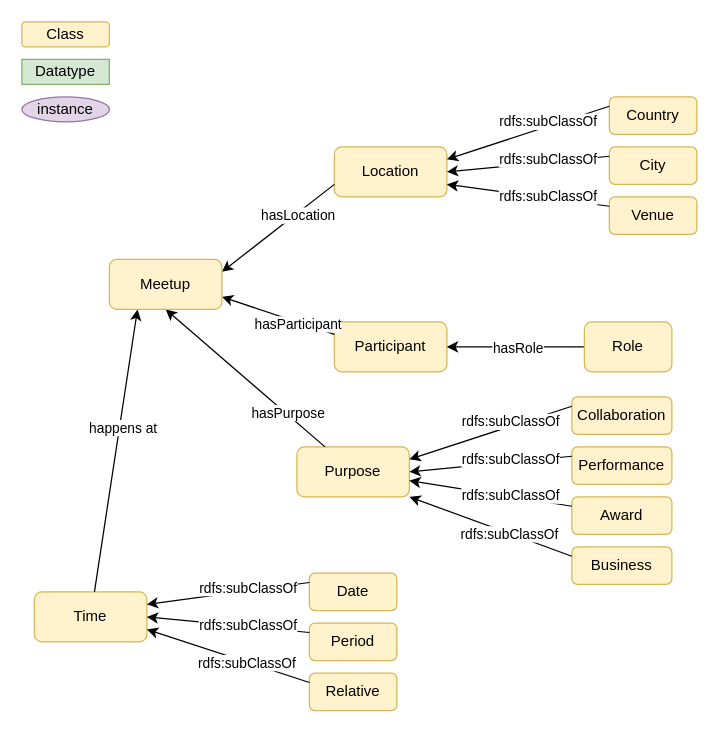
Above: page "OntRepresentation" (2 of 2) of meetups-ontology.drawio in albamoralest/meetups_pilot (draw.io), before the change. Source tidied: cells renumbered, new cells numbered last; positions are measured from the earlier drawing's top-left corner, leaving out a move shared by most shapes. Both pictures are drawn from the tidied source at 125%, with x=0, y=0 at pixel (21, 21).
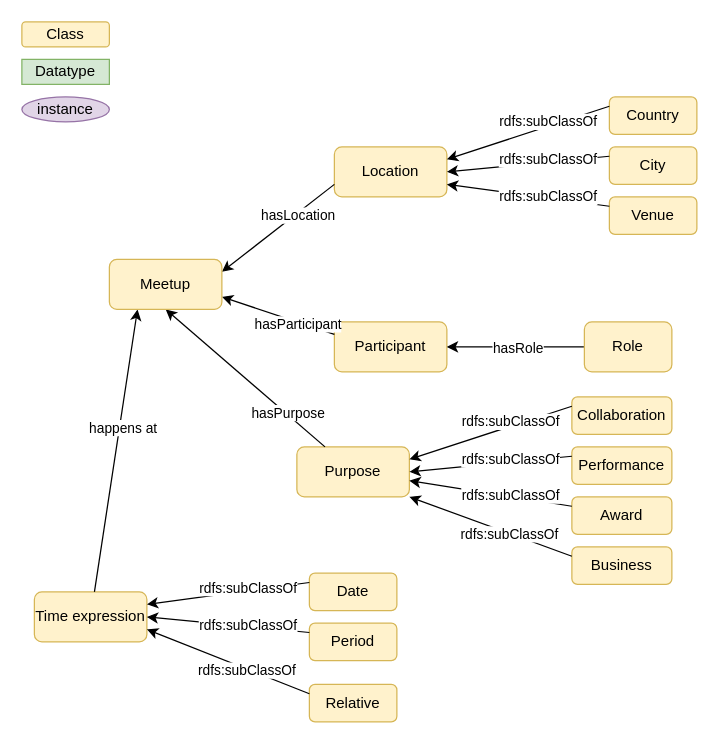
Above is the later version.

Diff of the diagram source:
```diff
@@
-    <mxCell id="15" value="Time" style="rounded=1;whiteSpace=wrap;html=1;fillColor=#fff2cc;strokeColor=#d6b656;" parent="1" vertex="1">
+    <mxCell id="15" value="Time expression" style="rounded=1;whiteSpace=wrap;html=1;fillColor=#fff2cc;strokeColor=#d6b656;" parent="1" vertex="1">
       <mxGeometry x="10" y="456" width="90" height="40" as="geometry" />
     </mxCell>
@@
     <mxCell id="45" value="Relative" style="rounded=1;whiteSpace=wrap;html=1;fillColor=#fff2cc;strokeColor=#d6b656;" parent="1" vertex="1">
-      <mxGeometry x="230" y="521" width="70" height="30" as="geometry" />
+      <mxGeometry x="230" y="530" width="70" height="30" as="geometry" />
     </mxCell>
```
